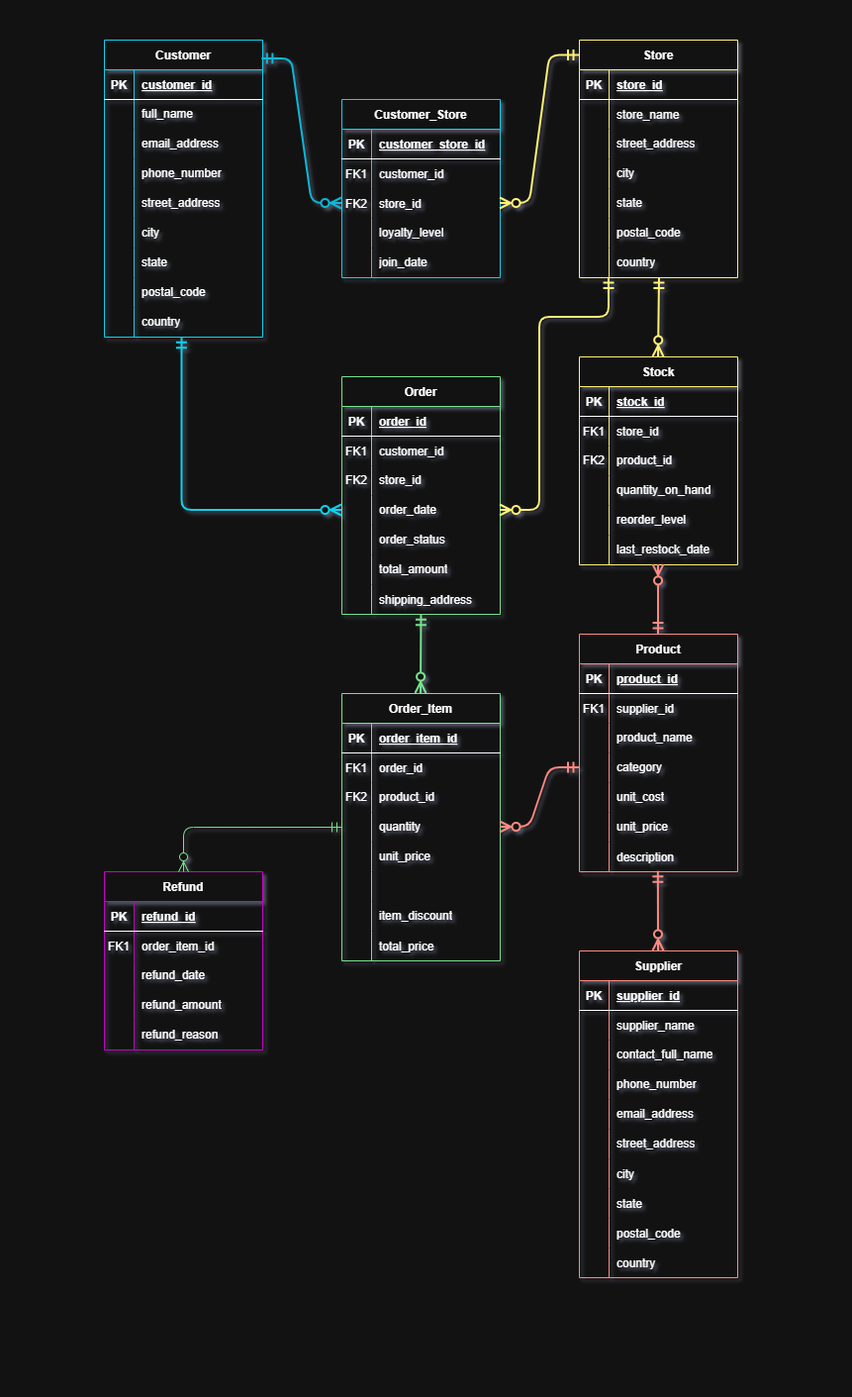
thandontsizi/Full-Stack-Projects keeps this draw.io diagram as Retail-Insights-Engine/02-Design/Retail_Insights_Engine_ERD.png. Above is the earlier version. Source tidied: cells renumbered, new cells last; positions are measured from the earlier drawing's top-left corner, leaving out a move shared by most shapes.
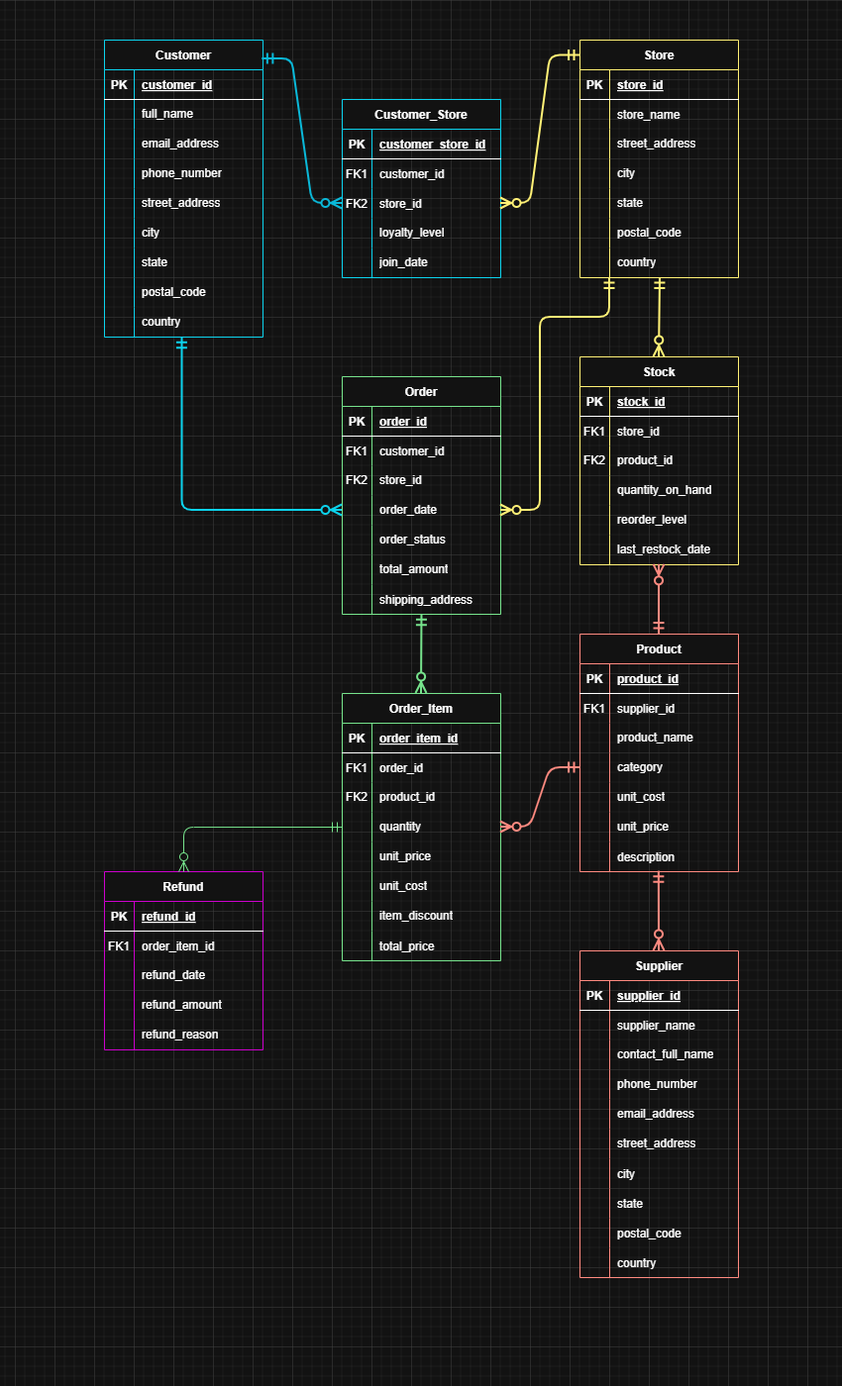
The same file after the commit.

Commit message:
Modify Retail Insights Engine ERD.

What changed in the source:
```diff
@@ -170,7 +170,7 @@
     <mxCell id="57" style="shape=partialRectangle;html=1;whiteSpace=wrap;strokeColor=inherit;overflow=hidden;fillColor=none;top=0;left=0;bottom=0;right=0;" parent="56" vertex="1">
       <mxGeometry width="30" height="30" as="geometry" />
     </mxCell>
-    <mxCell id="58" style="shape=partialRectangle;whiteSpace=wrap;strokeColor=inherit;overflow=hidden;fillColor=none;top=0;left=0;bottom=0;right=0;align=left;spacingLeft=6;" parent="56" vertex="1">
+    <mxCell id="58" value="unit_cost" style="shape=partialRectangle;whiteSpace=wrap;strokeColor=inherit;overflow=hidden;fillColor=none;top=0;left=0;bottom=0;right=0;align=left;spacingLeft=6;" parent="56" vertex="1">
       <mxGeometry x="30" width="130" height="30" as="geometry" />
     </mxCell>
     <mxCell id="59" style="shape=tableRow;horizontal=0;startSize=0;swimlaneHead=0;swimlaneBody=0;strokeColor=inherit;top=0;left=0;bottom=0;right=0;fillColor=none;fixedHeader=1;" parent="40" vertex="1">
```
